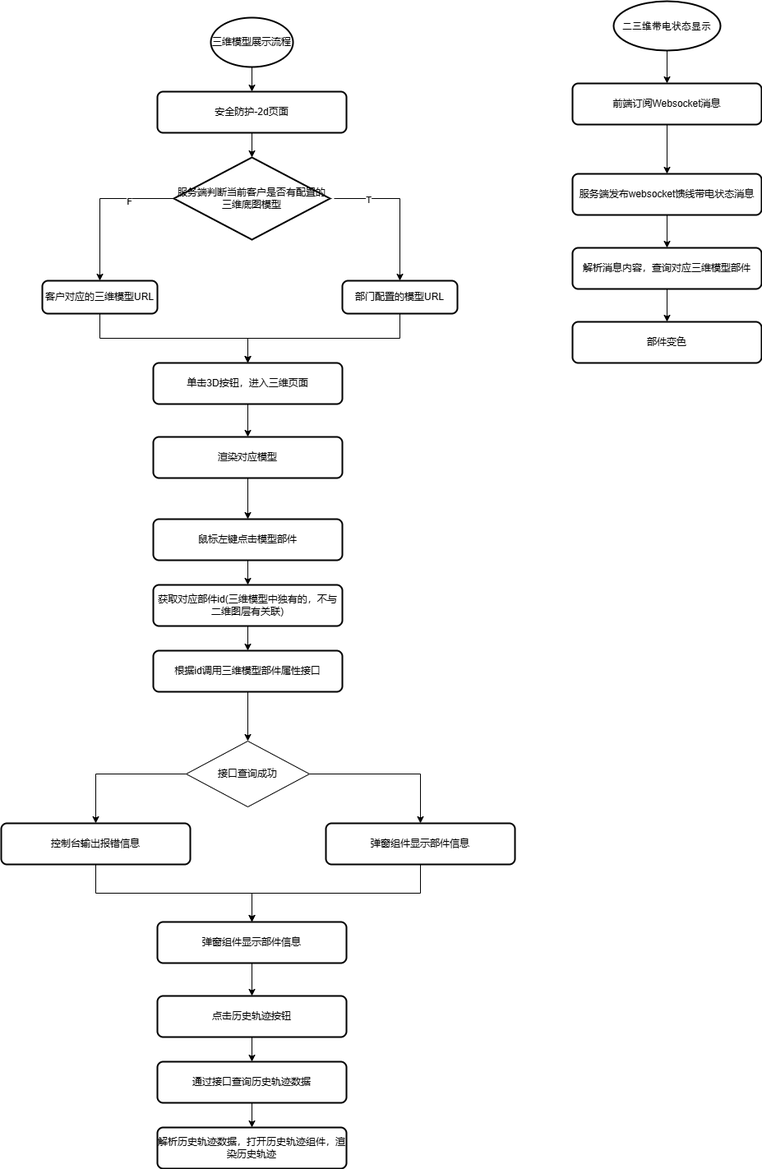
Before: 铁路6.35三维模块流程图.drawio.png, a diagram exported from draw.io (GISTWJ/drawIo). Source tidied: cells renumbered, new cells last; positions are measured from the earlier drawing's top-left corner, leaving out a move shared by most shapes.
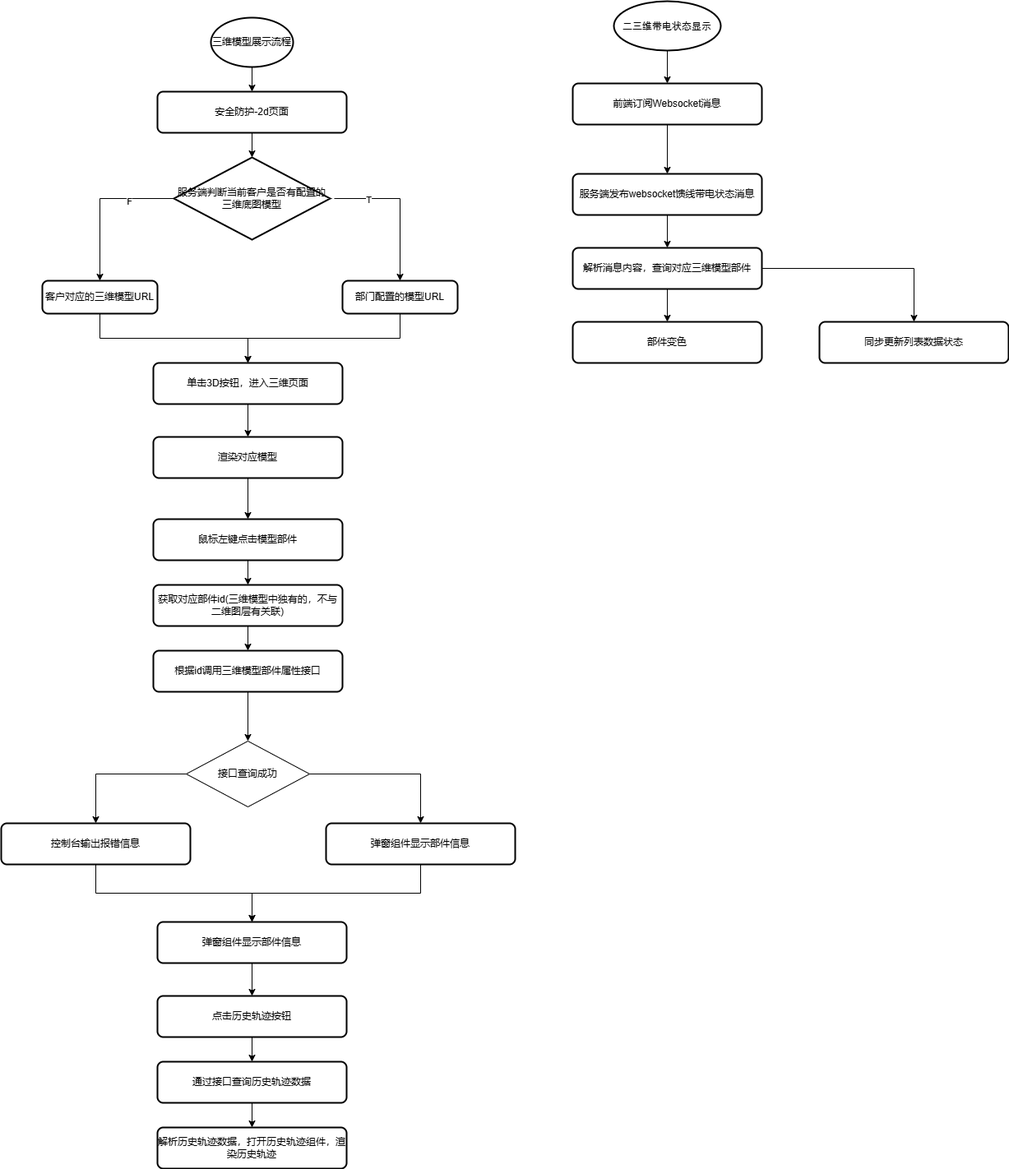
After the change.

Commit message:
更新铁路6.35三维模块流程图.drawio.png

Change to the diagram source:
```diff
@@ -146,11 +146,17 @@
     <mxCell id="46" style="edgeStyle=orthogonalEdgeStyle;rounded=0;jettySize=auto;html=1;exitX=0.5;exitY=1;exitDx=0;exitDy=0;" parent="1" edge="1" source="47" target="48">
       <mxGeometry relative="1" as="geometry" />
     </mxCell>
+    <mxCell id="49" style="edgeStyle=orthogonalEdgeStyle;rounded=0;jettySize=auto;html=1;exitX=1;exitY=0.5;exitDx=0;exitDy=0;" parent="1" edge="1" source="47" target="50">
+      <mxGeometry relative="1" as="geometry" />
+    </mxCell>
     <mxCell id="47" value="解析消息内容，查询对应三维模型部件" style="rounded=1;whiteSpace=wrap;html=1;absoluteArcSize=1;arcSize=14;strokeWidth=2;" parent="1" vertex="1">
       <mxGeometry x="695" y="300" width="230" height="50" as="geometry" />
     </mxCell>
     <mxCell id="48" value="部件变色" style="rounded=1;whiteSpace=wrap;html=1;absoluteArcSize=1;arcSize=14;strokeWidth=2;" parent="1" vertex="1">
       <mxGeometry x="695" y="390" width="230" height="50" as="geometry" />
     </mxCell>
+    <mxCell id="50" value="同步更新列表数据状态" style="rounded=1;whiteSpace=wrap;html=1;absoluteArcSize=1;arcSize=14;strokeWidth=2;" parent="1" vertex="1">
+      <mxGeometry x="995" y="390" width="230" height="50" as="geometry" />
+    </mxCell>
   </root>
 </mxGraphModel>
```
